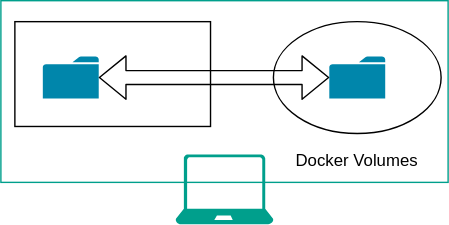
Earlier version of the draw.io export static/img/mount_volume.drawio.svg (kazuyanagimoto/rabootcamp-docker-2023). Source tidied: cells renumbered, new cells last; positions are measured from the earlier drawing's top-left corner, leaving out a move shared by most shapes. The source it was exported from:
```xml
<mxGraphModel>
  <root>
    <mxCell id="0" />
    <mxCell id="1" parent="0" />
    <mxCell id="2" style="ellipse;whiteSpace=wrap;html=1;fillColor=none;" parent="1" vertex="1">
      <mxGeometry x="195" y="15" width="120" height="80" as="geometry" />
    </mxCell>
    <mxCell id="3" style="rounded=0;whiteSpace=wrap;html=1;fillColor=none;strokeColor=#009F8C;fontColor=#009F8C;" parent="1" vertex="1">
      <mxGeometry width="320" height="130" as="geometry" />
    </mxCell>
    <mxCell id="4" style="rounded=0;whiteSpace=wrap;html=1;fillColor=none;" parent="1" vertex="1">
      <mxGeometry x="10" y="15" width="140" height="75" as="geometry" />
    </mxCell>
    <mxCell id="5" style="verticalLabelPosition=bottom;html=1;verticalAlign=top;align=center;strokeColor=none;fillColor=#009F8C;shape=mxgraph.azure.laptop;" parent="1" vertex="1">
      <mxGeometry x="125" y="110" width="70" height="50" as="geometry" />
    </mxCell>
    <mxCell id="6" style="sketch=0;shadow=0;dashed=0;html=1;strokeColor=none;labelPosition=center;verticalLabelPosition=bottom;verticalAlign=top;outlineConnect=0;align=center;shape=mxgraph.office.concepts.folder;fillColor=#0086AB;" parent="1" vertex="1">
      <mxGeometry x="30" y="40" width="40" height="30" as="geometry" />
    </mxCell>
    <mxCell id="7" style="sketch=0;shadow=0;dashed=0;html=1;strokeColor=none;labelPosition=center;verticalLabelPosition=bottom;verticalAlign=top;outlineConnect=0;align=center;shape=mxgraph.office.concepts.folder;fillColor=#0086AB;" parent="1" vertex="1">
      <mxGeometry x="235" y="40" width="40" height="30" as="geometry" />
    </mxCell>
    <mxCell id="8" style="shape=flexArrow;endArrow=classic;startArrow=classic;html=1;" parent="1" edge="1" source="6" target="7">
      <mxGeometry relative="1" as="geometry" />
    </mxCell>
    <mxCell id="9" value="Docker Volumes" style="text;html=1;strokeColor=none;fillColor=none;align=center;verticalAlign=middle;whiteSpace=wrap;rounded=0;" parent="1" vertex="1">
      <mxGeometry x="210" y="100" width="90" height="30" as="geometry" />
    </mxCell>
  </root>
</mxGraphModel>
```
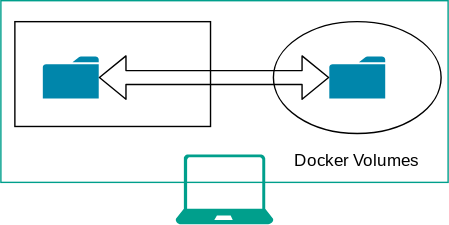
The same file after the commit.

What changed in the source:
```diff
@@ -23,8 +23,8 @@
     <mxCell id="8" style="shape=flexArrow;endArrow=classic;startArrow=classic;html=1;" parent="1" edge="1" source="6" target="7">
       <mxGeometry relative="1" as="geometry" />
     </mxCell>
-    <mxCell id="9" value="Docker Volumes" style="text;html=1;strokeColor=none;fillColor=none;align=center;verticalAlign=middle;whiteSpace=wrap;rounded=0;" parent="1" vertex="1">
-      <mxGeometry x="210" y="100" width="90" height="30" as="geometry" />
+    <mxCell id="9" value="Docker Volumes" style="text;html=1;strokeColor=none;fillColor=none;align=center;verticalAlign=middle;whiteSpace=wrap;rounded=0;fontFamily=Montserrat;fontSource=https%3A%2F%2Ffonts.googleapis.com%2Fcss%3Ffamily%3DMontserrat;" parent="1" vertex="1">
+      <mxGeometry x="200" y="100" width="110" height="30" as="geometry" />
     </mxCell>
   </root>
 </mxGraphModel>
```
